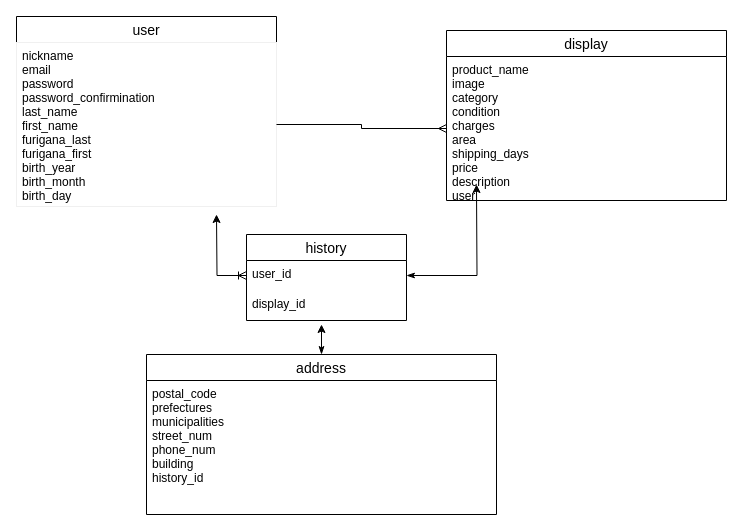
The draw.io diagram furima.dio in isseiyasuda/furima-31961, before the edit. Source tidied: cells renumbered, new cells numbered last; positions are measured from the earlier drawing's top-left corner, leaving out a move shared by most shapes. Both pictures are drawn from the tidied source at 100%, with x=0, y=0 at pixel (16, 16).
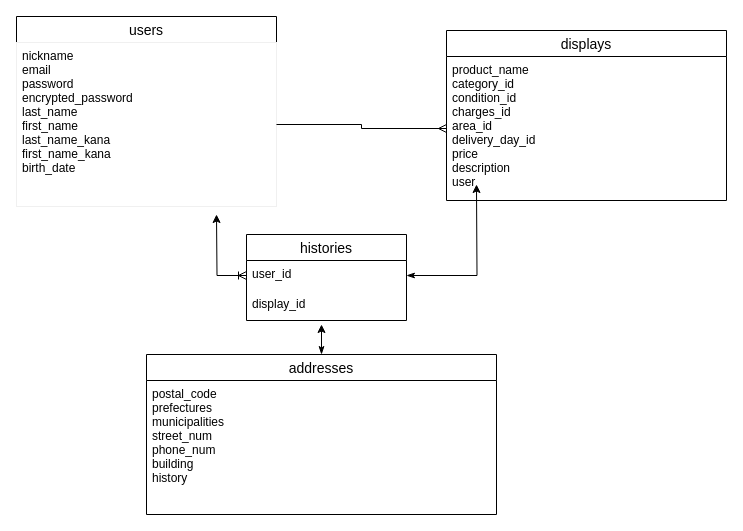
After the change.

Diff of the diagram source:
```diff
@@
 <mxGraphModel>
   <root>
     <mxCell id="0" />
     <mxCell id="1" parent="0" />
-    <mxCell id="2" value="user" style="swimlane;fontStyle=0;horizontal=1;startSize=26;align=center;fontSize=14;" parent="1" vertex="1">
+    <mxCell id="2" value="users" style="swimlane;fontStyle=0;horizontal=1;startSize=26;align=center;fontSize=14;" parent="1" vertex="1">
       <mxGeometry width="260" height="190" as="geometry" />
     </mxCell>
-    <mxCell id="3" value="nickname&#10;email&#10;password&#10;password_confirmination&#10;last_name&#10;first_name&#10;furigana_last&#10;furigana_first&#10;birth_year&#10;birth_month&#10;birth_day&#10;" style="text;fillColor=none;spacingLeft=4;spacingRight=4;overflow=hidden;points=[[0,0.5],[1,0.5]];portConstraint=eastwest;fontSize=12;strokeColor=#f0f0f0;" parent="2" vertex="1">
+    <mxCell id="3" value="nickname&#10;email&#10;password&#10;encrypted_password&#10;last_name&#10;first_name&#10;last_name_kana&#10;first_name_kana&#10;birth_date&#10;" style="text;fillColor=none;spacingLeft=4;spacingRight=4;overflow=hidden;points=[[0,0.5],[1,0.5]];portConstraint=eastwest;fontSize=12;strokeColor=#f0f0f0;" parent="2" vertex="1">
       <mxGeometry y="26" width="260" height="164" as="geometry" />
     </mxCell>
-    <mxCell id="4" value="display" style="swimlane;fontStyle=0;horizontal=1;startSize=26;align=center;fontSize=14;" parent="1" vertex="1">
+    <mxCell id="4" value="displays" style="swimlane;fontStyle=0;horizontal=1;startSize=26;align=center;fontSize=14;" parent="1" vertex="1">
       <mxGeometry x="430" y="14" width="280" height="170" as="geometry" />
     </mxCell>
-    <mxCell id="5" value="product_name&#10;image&#10;category&#10;condition&#10;charges&#10;area&#10;shipping_days&#10;price&#10;description&#10;user" style="text;strokeColor=none;fillColor=none;spacingLeft=4;spacingRight=4;overflow=hidden;points=[[0,0.5],[1,0.5]];portConstraint=eastwest;fontSize=12;" parent="4" vertex="1">
+    <mxCell id="5" value="product_name&#10;category_id&#10;condition_id&#10;charges_id&#10;area_id&#10;delivery_day_id&#10;price&#10;description&#10;user" style="text;strokeColor=none;fillColor=none;spacingLeft=4;spacingRight=4;overflow=hidden;points=[[0,0.5],[1,0.5]];portConstraint=eastwest;fontSize=12;" parent="4" vertex="1">
       <mxGeometry y="26" width="280" height="144" as="geometry" />
     </mxCell>
     <mxCell id="6" style="edgeStyle=orthogonalEdgeStyle;rounded=0;jettySize=auto;html=1;exitX=0.5;exitY=0;exitDx=0;exitDy=0;startArrow=classicThin;startFill=1;" parent="1" edge="1" source="7">
       <mxGeometry relative="1" as="geometry">
         <mxPoint x="305" y="308" as="targetPoint" />
       </mxGeometry>
     </mxCell>
-    <mxCell id="7" value="address" style="swimlane;fontStyle=0;horizontal=1;startSize=26;align=center;fontSize=14;" parent="1" vertex="1">
+    <mxCell id="7" value="addresses" style="swimlane;fontStyle=0;horizontal=1;startSize=26;align=center;fontSize=14;" parent="1" vertex="1">
       <mxGeometry x="130" y="338" width="350" height="160" as="geometry" />
     </mxCell>
-    <mxCell id="8" value="postal_code&#10;prefectures&#10;municipalities&#10;street_num&#10;phone_num&#10;building&#10;history_id" style="text;strokeColor=none;fillColor=none;spacingLeft=4;spacingRight=4;overflow=hidden;fontSize=12;" parent="7" vertex="1">
+    <mxCell id="8" value="postal_code&#10;prefectures&#10;municipalities&#10;street_num&#10;phone_num&#10;building&#10;history" style="text;strokeColor=none;fillColor=none;spacingLeft=4;spacingRight=4;overflow=hidden;fontSize=12;" parent="7" vertex="1">
       <mxGeometry y="26" width="350" height="134" as="geometry" />
     </mxCell>
     <mxCell id="9" style="edgeStyle=orthogonalEdgeStyle;rounded=0;jettySize=auto;html=1;entryX=0;entryY=0.5;entryDx=0;entryDy=0;endArrow=ERmany;endFill=0;" parent="1" edge="1" source="3" target="5">
       <mxGeometry relative="1" as="geometry" />
     </mxCell>
-    <mxCell id="10" value="history" style="swimlane;fontStyle=0;horizontal=1;startSize=26;align=center;fontSize=14;" parent="1" vertex="1">
+    <mxCell id="10" value="histories" style="swimlane;fontStyle=0;horizontal=1;startSize=26;align=center;fontSize=14;" parent="1" vertex="1">
       <mxGeometry x="230" y="218" width="160" height="86" as="geometry" />
     </mxCell>
     <mxCell id="11" value="user_id" style="text;fillColor=none;spacingLeft=4;spacingRight=4;overflow=hidden;points=[[0,0.5],[1,0.5]];portConstraint=eastwest;fontSize=12;" parent="10" vertex="1">
       <mxGeometry y="26" width="160" height="30" as="geometry" />
     </mxCell>
     <mxCell id="12" value="display_id" style="text;strokeColor=none;fillColor=none;spacingLeft=4;spacingRight=4;overflow=hidden;fontSize=12;" parent="10" vertex="1">
       <mxGeometry y="56" width="160" height="30" as="geometry" />
     </mxCell>
     <mxCell id="13" style="edgeStyle=orthogonalEdgeStyle;rounded=0;jettySize=auto;html=1;exitX=0;exitY=0.5;exitDx=0;exitDy=0;startArrow=ERoneToMany;startFill=0;" parent="1" edge="1" source="11">
       <mxGeometry relative="1" as="geometry">
         <mxPoint x="200" y="198" as="targetPoint" />
       </mxGeometry>
     </mxCell>
     <mxCell id="14" style="edgeStyle=orthogonalEdgeStyle;rounded=0;jettySize=auto;html=1;exitX=1;exitY=0.5;exitDx=0;exitDy=0;startArrow=classicThin;startFill=1;" parent="1" edge="1" source="11">
       <mxGeometry relative="1" as="geometry">
         <mxPoint x="460" y="168" as="targetPoint" />
       </mxGeometry>
     </mxCell>
   </root>
 </mxGraphModel>
```
